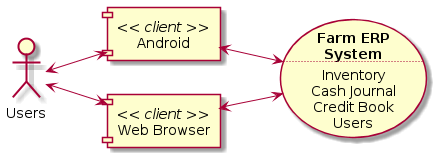
Above: docs/images/generated/features_overview_context.png in aert/aert-farmerp (PlantUML), before the change.
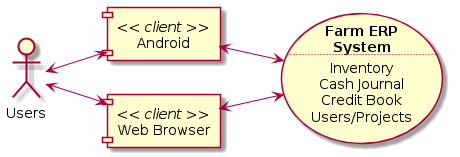
Above is the later version.

Diff of the diagram source:
```diff
@@ -10,7 +10,7 @@
       Inventory
       Cash Journal
       Credit Book
-      Users
+      Users/Projects
    "
 
    Users   <--> Android
```
